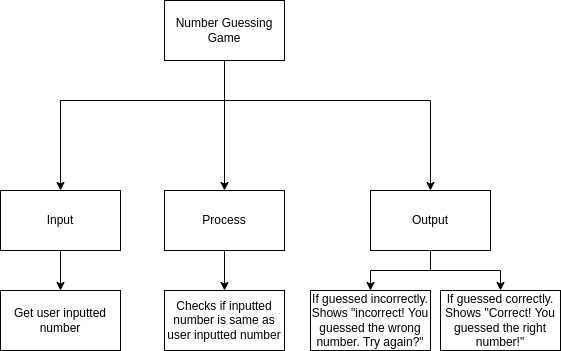
Above: Number Guessing (Top-Down).png in Dahrio-Francois/ICS3U-Unit3-02-Python2 (draw.io), before the change. Source tidied: cells renumbered, new cells last; positions are measured from the earlier drawing's top-left corner, leaving out a move shared by most shapes. The source it was exported from:
```xml
<mxGraphModel>
  <root>
    <mxCell id="0" />
    <mxCell id="1" parent="0" />
    <mxCell id="2" style="edgeStyle=orthogonalEdgeStyle;html=1;entryX=0.5;entryY=0;entryDx=0;entryDy=0;rounded=0;" parent="1" edge="1" source="5" target="7">
      <mxGeometry relative="1" as="geometry">
        <Array as="points">
          <mxPoint x="224" y="100" />
          <mxPoint x="60" y="100" />
        </Array>
      </mxGeometry>
    </mxCell>
    <mxCell id="3" style="edgeStyle=orthogonalEdgeStyle;shape=connector;rounded=0;html=1;entryX=0.5;entryY=0;entryDx=0;entryDy=0;labelBackgroundColor=default;fontFamily=Helvetica;fontSize=11;fontColor=default;endArrow=classic;strokeColor=default;" parent="1" edge="1" source="5" target="9">
      <mxGeometry relative="1" as="geometry" />
    </mxCell>
    <mxCell id="4" style="edgeStyle=orthogonalEdgeStyle;rounded=0;html=1;entryX=0.5;entryY=0;entryDx=0;entryDy=0;fontSize=12;" parent="1" edge="1" source="5" target="12">
      <mxGeometry relative="1" as="geometry">
        <Array as="points">
          <mxPoint x="224" y="100" />
          <mxPoint x="430" y="100" />
        </Array>
      </mxGeometry>
    </mxCell>
    <mxCell id="5" value="Number Guessing Game" style="rounded=0;whiteSpace=wrap;html=1;" parent="1" vertex="1">
      <mxGeometry x="164" width="120" height="60" as="geometry" />
    </mxCell>
    <mxCell id="6" style="edgeStyle=orthogonalEdgeStyle;rounded=0;html=1;entryX=0.5;entryY=0;entryDx=0;entryDy=0;elbow=vertical;" parent="1" edge="1" source="7" target="13">
      <mxGeometry relative="1" as="geometry" />
    </mxCell>
    <mxCell id="7" value="Input" style="rounded=0;whiteSpace=wrap;html=1;" parent="1" vertex="1">
      <mxGeometry y="190" width="120" height="60" as="geometry" />
    </mxCell>
    <mxCell id="8" style="edgeStyle=orthogonalEdgeStyle;rounded=0;html=1;" parent="1" edge="1" source="9" target="15">
      <mxGeometry relative="1" as="geometry" />
    </mxCell>
    <mxCell id="9" value="Process" style="rounded=0;whiteSpace=wrap;html=1;" parent="1" vertex="1">
      <mxGeometry x="164" y="190" width="120" height="60" as="geometry" />
    </mxCell>
    <mxCell id="10" style="edgeStyle=orthogonalEdgeStyle;shape=connector;rounded=0;html=1;entryX=0.5;entryY=0;entryDx=0;entryDy=0;labelBackgroundColor=default;fontFamily=Helvetica;fontSize=11;fontColor=default;endArrow=classic;strokeColor=default;" parent="1" edge="1" source="12" target="14">
      <mxGeometry relative="1" as="geometry" />
    </mxCell>
    <mxCell id="11" style="edgeStyle=orthogonalEdgeStyle;rounded=0;html=1;exitX=0.5;exitY=1;exitDx=0;exitDy=0;fontSize=12;" parent="1" edge="1" source="12" target="16">
      <mxGeometry relative="1" as="geometry" />
    </mxCell>
    <mxCell id="12" value="Output" style="rounded=0;whiteSpace=wrap;html=1;" parent="1" vertex="1">
      <mxGeometry x="370" y="190" width="120" height="60" as="geometry" />
    </mxCell>
    <mxCell id="13" value="Get user inputted number" style="rounded=0;whiteSpace=wrap;html=1;" parent="1" vertex="1">
      <mxGeometry y="290" width="120" height="60" as="geometry" />
    </mxCell>
    <mxCell id="14" value="&lt;span style=&quot;font-size: 12px&quot;&gt;If guessed correctly. Shows &quot;Correct! You guessed the right number!&quot;&lt;/span&gt;" style="rounded=0;whiteSpace=wrap;html=1;fontFamily=Helvetica;fontSize=11;fontColor=default;" parent="1" vertex="1">
      <mxGeometry x="440" y="290" width="120" height="60" as="geometry" />
    </mxCell>
    <mxCell id="15" value="&lt;font style=&quot;font-size: 12px&quot;&gt;Checks if inputted number is same as user inputted number&lt;/font&gt;" style="rounded=0;whiteSpace=wrap;html=1;fontFamily=Helvetica;fontSize=11;fontColor=default;" parent="1" vertex="1">
      <mxGeometry x="164" y="290" width="120" height="60" as="geometry" />
    </mxCell>
    <mxCell id="16" value="&lt;span style=&quot;font-size: 12px&quot;&gt;If guessed incorrectly. Shows &quot;incorrect! You guessed the wrong number. Try again?&quot;&lt;/span&gt;" style="rounded=0;whiteSpace=wrap;html=1;fontFamily=Helvetica;fontSize=11;fontColor=default;" parent="1" vertex="1">
      <mxGeometry x="310" y="290" width="120" height="60" as="geometry" />
    </mxCell>
  </root>
</mxGraphModel>
```
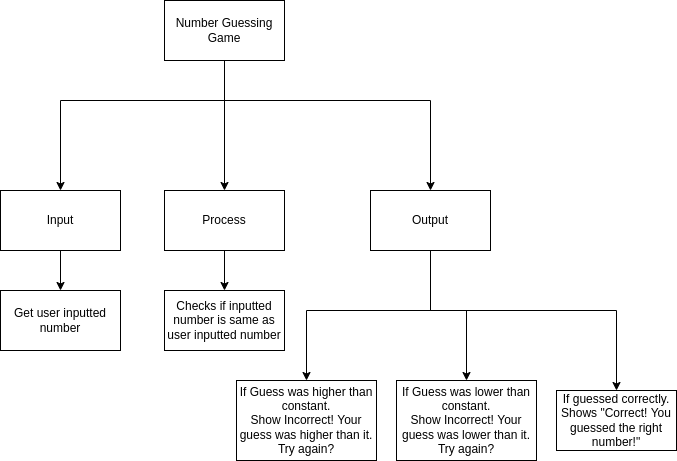
After the change.

Commit message:
made changes to flowchart and top down designs

The edit, as a diff of the source:
```diff
@@ -36,12 +36,30 @@
     <mxCell id="9" value="Process" style="rounded=0;whiteSpace=wrap;html=1;" parent="1" vertex="1">
       <mxGeometry x="164" y="190" width="120" height="60" as="geometry" />
     </mxCell>
+    <mxCell id="11" style="edgeStyle=orthogonalEdgeStyle;rounded=0;html=1;exitX=0.5;exitY=1;exitDx=0;exitDy=0;fontSize=12;" parent="1" edge="1" source="12" target="16">
+      <mxGeometry relative="1" as="geometry">
+        <Array as="points">
+          <mxPoint x="430" y="310" />
+          <mxPoint x="306" y="310" />
+        </Array>
+      </mxGeometry>
+    </mxCell>
+    <mxCell id="17" style="edgeStyle=orthogonalEdgeStyle;html=1;entryX=0.5;entryY=0;entryDx=0;entryDy=0;rounded=0;" parent="1" edge="1" source="12" target="18">
+      <mxGeometry relative="1" as="geometry">
+        <Array as="points">
+          <mxPoint x="430" y="310" />
+          <mxPoint x="466" y="310" />
+        </Array>
+      </mxGeometry>
+    </mxCell>
-    <mxCell id="10" style="edgeStyle=orthogonalEdgeStyle;shape=connector;rounded=0;html=1;entryX=0.5;entryY=0;entryDx=0;entryDy=0;labelBackgroundColor=default;fontFamily=Helvetica;fontSize=11;fontColor=default;endArrow=classic;strokeColor=default;" parent="1" edge="1" source="12" target="14">
-      <mxGeometry relative="1" as="geometry" />
+    <mxCell id="10" style="edgeStyle=orthogonalEdgeStyle;rounded=0;html=1;entryX=0.5;entryY=0;entryDx=0;entryDy=0;" parent="1" edge="1" source="12" target="14">
+      <mxGeometry relative="1" as="geometry">
+        <Array as="points">
+          <mxPoint x="430" y="310" />
+          <mxPoint x="616" y="310" />
+        </Array>
+      </mxGeometry>
     </mxCell>
-    <mxCell id="11" style="edgeStyle=orthogonalEdgeStyle;rounded=0;html=1;exitX=0.5;exitY=1;exitDx=0;exitDy=0;fontSize=12;" parent="1" edge="1" source="12" target="16">
-      <mxGeometry relative="1" as="geometry" />
-    </mxCell>
     <mxCell id="12" value="Output" style="rounded=0;whiteSpace=wrap;html=1;" parent="1" vertex="1">
       <mxGeometry x="370" y="190" width="120" height="60" as="geometry" />
     </mxCell>
@@ -49,13 +67,16 @@
       <mxGeometry y="290" width="120" height="60" as="geometry" />
     </mxCell>
     <mxCell id="14" value="&lt;span style=&quot;font-size: 12px&quot;&gt;If guessed correctly. Shows &quot;Correct! You guessed the right number!&quot;&lt;/span&gt;" style="rounded=0;whiteSpace=wrap;html=1;fontFamily=Helvetica;fontSize=11;fontColor=default;" parent="1" vertex="1">
-      <mxGeometry x="440" y="290" width="120" height="60" as="geometry" />
+      <mxGeometry x="556" y="390" width="120" height="60" as="geometry" />
     </mxCell>
     <mxCell id="15" value="&lt;font style=&quot;font-size: 12px&quot;&gt;Checks if inputted number is same as user inputted number&lt;/font&gt;" style="rounded=0;whiteSpace=wrap;html=1;fontFamily=Helvetica;fontSize=11;fontColor=default;" parent="1" vertex="1">
       <mxGeometry x="164" y="290" width="120" height="60" as="geometry" />
     </mxCell>
-    <mxCell id="16" value="&lt;span style=&quot;font-size: 12px&quot;&gt;If guessed incorrectly. Shows &quot;incorrect! You guessed the wrong number. Try again?&quot;&lt;/span&gt;" style="rounded=0;whiteSpace=wrap;html=1;fontFamily=Helvetica;fontSize=11;fontColor=default;" parent="1" vertex="1">
-      <mxGeometry x="310" y="290" width="120" height="60" as="geometry" />
+    <mxCell id="16" value="&lt;span style=&quot;font-size: 12px&quot;&gt;If Guess was higher than constant.&lt;br&gt;Show Incorrect! Your guess was higher than it. Try again?&lt;br&gt;&lt;/span&gt;" style="rounded=0;whiteSpace=wrap;html=1;fontFamily=Helvetica;fontSize=11;fontColor=default;" parent="1" vertex="1">
+      <mxGeometry x="236" y="380" width="140" height="80" as="geometry" />
     </mxCell>
+    <mxCell id="18" value="If Guess was lower than constant.&lt;br&gt;Show Incorrect! Your guess was lower than it.&lt;br&gt;Try again?" style="rounded=0;whiteSpace=wrap;html=1;" parent="1" vertex="1">
+      <mxGeometry x="396" y="380" width="140" height="80" as="geometry" />
+    </mxCell>
   </root>
 </mxGraphModel>
```
